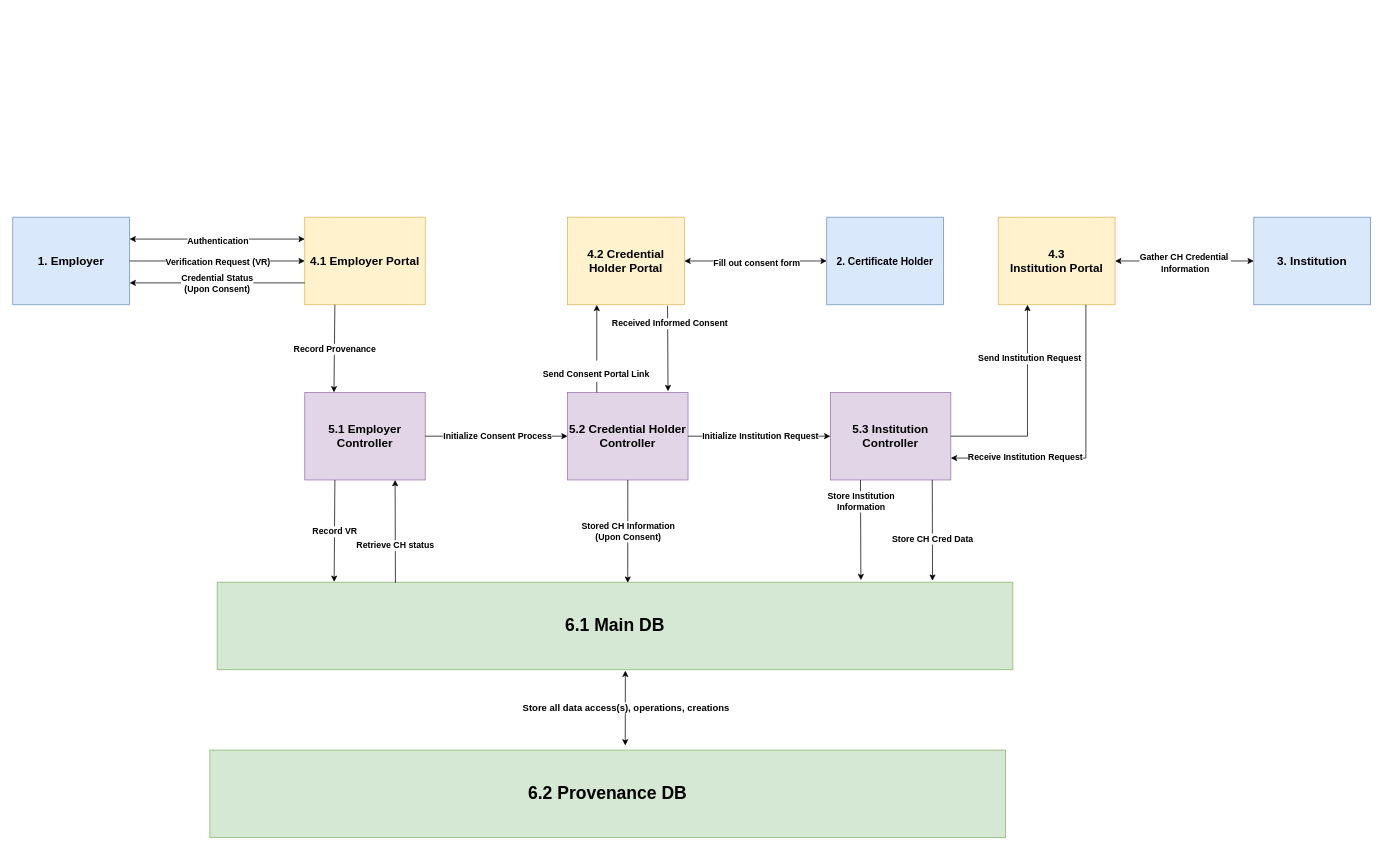
Above: NewPearDFD.drawio in tkalp/AuthenticatorApp (draw.io), before the change. Source tidied: cells renumbered, new cells numbered last; positions are measured from the earlier drawing's top-left corner, leaving out a move shared by most shapes. Both pictures are drawn from the tidied source at 73%, with x=0, y=0 at pixel (12, 217).
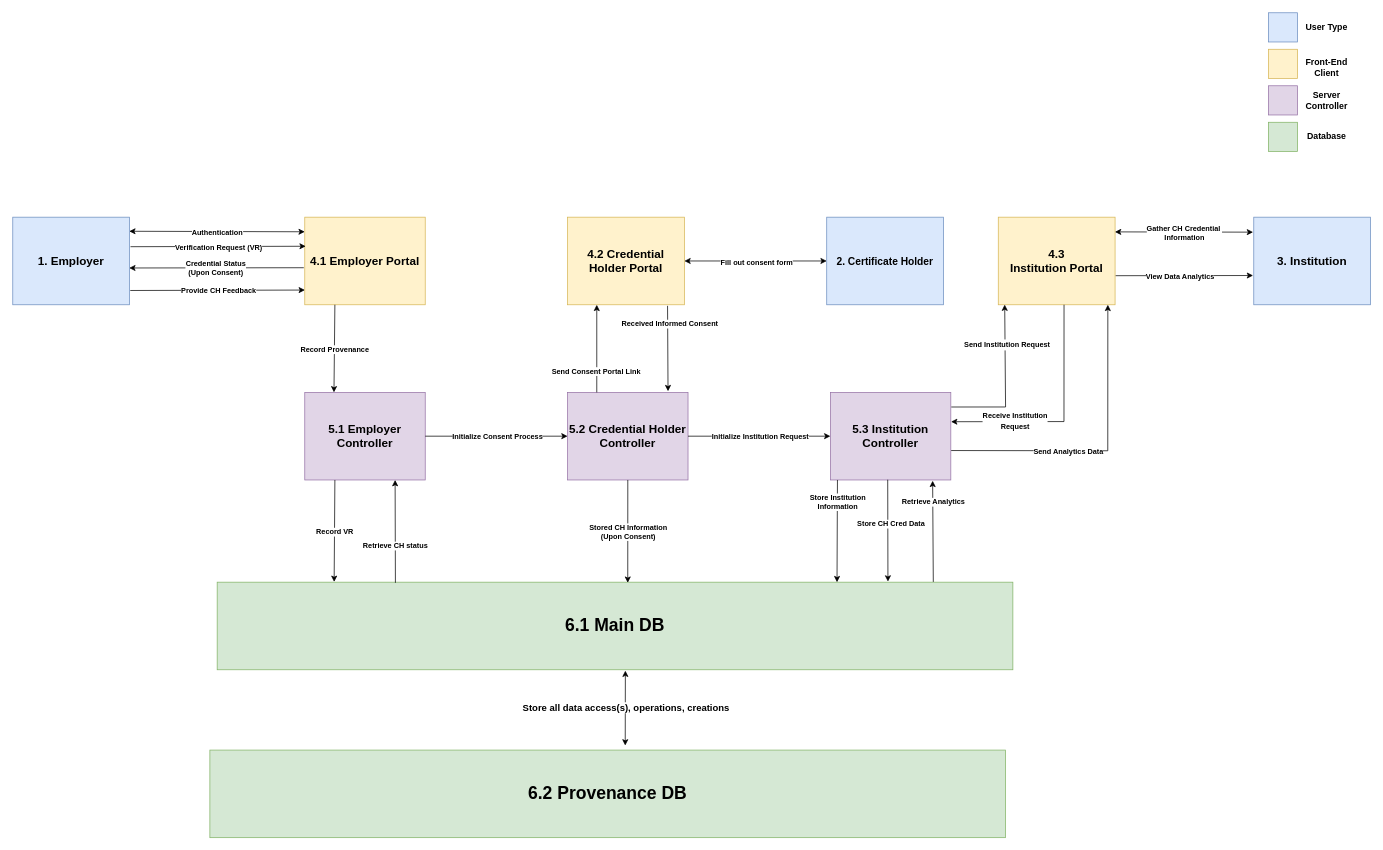
The same diagram, later.

Unchanged cells that the change refers to:
```xml
<mxCell id="2" value="&lt;b&gt;&lt;br&gt;1. Employer&lt;br&gt;&lt;br&gt;&lt;/b&gt;" style="rounded=0;whiteSpace=wrap;html=1;fontSize=16;fillColor=#dae8fc;strokeColor=#6c8ebf;" parent="1" vertex="1">
  <mxGeometry width="160" height="120" as="geometry" />
</mxCell>
<mxCell id="3" value="&lt;b&gt;4.1 Employer Portal&lt;br&gt;&lt;/b&gt;" style="rounded=0;whiteSpace=wrap;html=1;fontSize=16;fillColor=#fff2cc;strokeColor=#d6b656;" parent="1" vertex="1">
  <mxGeometry x="400" width="165" height="120" as="geometry" />
</mxCell>
<mxCell id="5" value="&lt;b&gt;3. Institution&lt;br&gt;&lt;/b&gt;" style="rounded=0;whiteSpace=wrap;html=1;fontSize=16;fillColor=#dae8fc;strokeColor=#6c8ebf;" parent="1" vertex="1">
  <mxGeometry x="1700" width="160" height="120" as="geometry" />
</mxCell>
<mxCell id="12" style="endArrow=classic;html=1;rounded=0;fontSize=12;exitX=0.25;exitY=1;exitDx=0;exitDy=0;" parent="1" edge="1" source="3">
  <mxGeometry relative="1" as="geometry">
    <mxPoint x="440" y="240" as="targetPoint" />
  </mxGeometry>
</mxCell>
<mxCell id="15" value="&lt;b&gt;&lt;font style=&quot;font-size: 24px&quot;&gt;6.1 Main DB&lt;/font&gt;&lt;br&gt;&lt;/b&gt;" style="rounded=0;whiteSpace=wrap;html=1;fontSize=16;fillColor=#d5e8d4;strokeColor=#82b366;" parent="1" vertex="1">
  <mxGeometry x="280" y="500" width="1090" height="120" as="geometry" />
</mxCell>
<mxCell id="16" style="endArrow=classic;html=1;rounded=0;fontSize=12;exitX=0.25;exitY=1;exitDx=0;exitDy=0;entryX=0.147;entryY=-0.003;entryDx=0;entryDy=0;entryPerimeter=0;" parent="1" edge="1" source="14" target="15">
  <mxGeometry relative="1" as="geometry" />
</mxCell>
<mxCell id="19" style="endArrow=classic;html=1;rounded=0;fontSize=12;exitX=1;exitY=0.5;exitDx=0;exitDy=0;entryX=0;entryY=0.5;entryDx=0;entryDy=0;" parent="1" edge="1" source="14" target="18">
  <mxGeometry relative="1" as="geometry" />
</mxCell>
<mxCell id="21" style="endArrow=classic;html=1;rounded=0;fontSize=24;entryX=0.25;entryY=1;entryDx=0;entryDy=0;" parent="1" edge="1" target="23">
  <mxGeometry relative="1" as="geometry">
    <mxPoint x="800" y="240" as="sourcePoint" />
  </mxGeometry>
</mxCell>
<mxCell id="24" style="endArrow=classic;startArrow=classic;html=1;rounded=0;fontSize=13;entryX=0;entryY=0.5;entryDx=0;entryDy=0;exitX=1;exitY=0.5;exitDx=0;exitDy=0;" parent="1" edge="1" source="23" target="4">
  <mxGeometry relative="1" as="geometry" />
</mxCell>
<mxCell id="26" style="endArrow=classic;html=1;rounded=0;fontSize=12;exitX=0.856;exitY=1.012;exitDx=0;exitDy=0;exitPerimeter=0;entryX=0.834;entryY=-0.013;entryDx=0;entryDy=0;entryPerimeter=0;" parent="1" edge="1" source="23" target="18">
  <mxGeometry relative="1" as="geometry" />
</mxCell>
<mxCell id="28" style="endArrow=classic;html=1;rounded=0;fontSize=12;exitX=0.5;exitY=1;exitDx=0;exitDy=0;entryX=0.516;entryY=0.007;entryDx=0;entryDy=0;entryPerimeter=0;" parent="1" edge="1" source="18" target="15">
  <mxGeometry relative="1" as="geometry" />
</mxCell>
<mxCell id="30" value="&lt;b&gt;5.3 Institution &lt;br&gt;Controller&lt;br&gt;&lt;/b&gt;" style="rounded=0;whiteSpace=wrap;html=1;fontSize=16;fillColor=#e1d5e7;strokeColor=#9673a6;" parent="1" vertex="1">
  <mxGeometry x="1120" y="240" width="165" height="120" as="geometry" />
</mxCell>
<mxCell id="31" style="endArrow=classic;html=1;rounded=0;fontSize=12;exitX=1;exitY=0.5;exitDx=0;exitDy=0;entryX=0;entryY=0.5;entryDx=0;entryDy=0;" parent="1" edge="1" source="18" target="30">
  <mxGeometry relative="1" as="geometry" />
</mxCell>
<mxCell id="35" value="&lt;b&gt;4.3 &lt;br&gt;Institution Portal&lt;br&gt;&lt;/b&gt;" style="rounded=0;whiteSpace=wrap;html=1;fontSize=16;fillColor=#fff2cc;strokeColor=#d6b656;" parent="1" vertex="1">
  <mxGeometry x="1350" width="160" height="120" as="geometry" />
</mxCell>
<mxCell id="44" style="endArrow=classic;html=1;rounded=0;fontSize=12;exitX=0.224;exitY=0.007;exitDx=0;exitDy=0;entryX=0.75;entryY=1;entryDx=0;entryDy=0;exitPerimeter=0;" parent="1" edge="1" source="15" target="14">
  <mxGeometry relative="1" as="geometry" />
</mxCell>
```

The edit, as a diff of the source:
```diff
@@
-    <mxCell id="6" style="endArrow=classic;startArrow=classic;html=1;rounded=0;fontSize=13;entryX=0;entryY=0.25;entryDx=0;entryDy=0;exitX=1;exitY=0.25;exitDx=0;exitDy=0;" parent="1" edge="1" source="2" target="3">
-      <mxGeometry relative="1" as="geometry" />
+    <mxCell id="6" style="endArrow=classic;startArrow=classic;html=1;rounded=0;fontSize=13;exitX=0.997;exitY=0.161;exitDx=0;exitDy=0;exitPerimeter=0;" parent="1" edge="1" source="2">
+      <mxGeometry relative="1" as="geometry">
+        <mxPoint x="400" y="20" as="targetPoint" />
+      </mxGeometry>
     </mxCell>
-    <mxCell id="7" value="&lt;b&gt;&lt;font style=&quot;font-size: 12px&quot;&gt;Authentication&lt;/font&gt;&lt;/b&gt;" style="edgeLabel;html=1;align=center;verticalAlign=middle;fontSize=13;" parent="6" vertex="1">
+    <mxCell id="7" value="&lt;b style=&quot;font-size: 10px;&quot;&gt;&lt;font style=&quot;font-size: 10px;&quot;&gt;Authentication&lt;/font&gt;&lt;/b&gt;" style="edgeLabel;html=1;align=center;verticalAlign=middle;fontSize=10;" parent="6" vertex="1">
       <mxGeometry y="-1" relative="1" as="geometry" />
     </mxCell>
-    <mxCell id="8" style="endArrow=classic;html=1;rounded=0;fontSize=13;exitX=1;exitY=0.5;exitDx=0;exitDy=0;entryX=0;entryY=0.5;entryDx=0;entryDy=0;" parent="1" edge="1" source="2" target="3">
+    <mxCell id="8" style="endArrow=classic;html=1;rounded=0;fontSize=13;exitX=1.008;exitY=0.337;exitDx=0;exitDy=0;entryX=0.008;entryY=0.332;entryDx=0;entryDy=0;exitPerimeter=0;entryPerimeter=0;" parent="1" edge="1" source="2" target="3">
       <mxGeometry relative="1" as="geometry" />
     </mxCell>
-    <mxCell id="9" value="&lt;font style=&quot;font-size: 12px&quot;&gt;&lt;b&gt;Verification Request (VR)&lt;/b&gt;&lt;/font&gt;" style="edgeLabel;html=1;align=center;verticalAlign=middle;fontSize=13;" parent="8" vertex="1">
+    <mxCell id="9" value="&lt;font style=&quot;font-size: 10px;&quot;&gt;&lt;b style=&quot;font-size: 10px;&quot;&gt;Verification Request (VR)&lt;/b&gt;&lt;/font&gt;" style="edgeLabel;html=1;align=center;verticalAlign=middle;fontSize=10;" parent="8" vertex="1">
       <mxGeometry relative="1" as="geometry" />
     </mxCell>
-    <mxCell id="10" style="endArrow=classic;html=1;rounded=0;fontSize=12;exitX=0;exitY=0.75;exitDx=0;exitDy=0;entryX=1;entryY=0.75;entryDx=0;entryDy=0;" parent="1" edge="1" source="3" target="2">
+    <mxCell id="10" style="endArrow=classic;html=1;rounded=0;fontSize=12;exitX=-0.008;exitY=0.577;exitDx=0;exitDy=0;entryX=0.997;entryY=0.58;entryDx=0;entryDy=0;entryPerimeter=0;exitPerimeter=0;" parent="1" edge="1" source="3" target="2">
       <mxGeometry relative="1" as="geometry" />
     </mxCell>
-    <mxCell id="11" value="&lt;b&gt;Credential Status&lt;br&gt;(Upon Consent)&lt;br&gt;&lt;/b&gt;" style="edgeLabel;html=1;align=center;verticalAlign=middle;fontSize=12;" parent="10" vertex="1">
+    <mxCell id="11" value="&lt;b style=&quot;font-size: 10px;&quot;&gt;Credential Status&lt;br style=&quot;font-size: 10px;&quot;&gt;(Upon Consent)&lt;br style=&quot;font-size: 10px;&quot;&gt;&lt;/b&gt;" style="edgeLabel;html=1;align=center;verticalAlign=middle;fontSize=10;" parent="10" vertex="1">
       <mxGeometry x="0.01" relative="1" as="geometry" />
     </mxCell>
@@
-    <mxCell id="13" value="&lt;b&gt;Record Provenance&lt;/b&gt;" style="edgeLabel;html=1;align=center;verticalAlign=middle;fontSize=12;" parent="12" vertex="1">
+    <mxCell id="13" value="&lt;b style=&quot;font-size: 10px;&quot;&gt;Record Provenance&lt;/b&gt;" style="edgeLabel;html=1;align=center;verticalAlign=middle;fontSize=10;" parent="12" vertex="1">
       <mxGeometry x="0.01" relative="1" as="geometry" />
     </mxCell>
@@
-    <mxCell id="17" value="&lt;b&gt;Record VR&lt;/b&gt;" style="edgeLabel;html=1;align=center;verticalAlign=middle;fontSize=12;" parent="16" vertex="1">
+    <mxCell id="17" value="&lt;b style=&quot;font-size: 10px;&quot;&gt;Record VR&lt;/b&gt;" style="edgeLabel;html=1;align=center;verticalAlign=middle;fontSize=10;" parent="16" vertex="1">
       <mxGeometry x="0.01" relative="1" as="geometry" />
     </mxCell>
@@
-    <mxCell id="20" value="&lt;b&gt;Initialize Consent Process&lt;/b&gt;" style="edgeLabel;html=1;align=center;verticalAlign=middle;fontSize=12;" parent="19" vertex="1">
+    <mxCell id="20" value="&lt;b style=&quot;font-size: 10px;&quot;&gt;Initialize Consent Process&lt;/b&gt;" style="edgeLabel;html=1;align=center;verticalAlign=middle;fontSize=10;" parent="19" vertex="1">
       <mxGeometry x="0.01" relative="1" as="geometry" />
     </mxCell>
@@
-    <mxCell id="22" value="&lt;font style=&quot;font-size: 12px&quot;&gt;&lt;b&gt;Send Consent Portal Link&lt;/b&gt;&lt;/font&gt;" style="edgeLabel;html=1;align=center;verticalAlign=middle;fontSize=24;" parent="21" vertex="1">
+    <mxCell id="22" value="&lt;font style=&quot;font-size: 10px;&quot;&gt;&lt;b style=&quot;font-size: 10px;&quot;&gt;Send Consent Portal Link&lt;/b&gt;&lt;/font&gt;" style="edgeLabel;html=1;align=center;verticalAlign=middle;fontSize=10;" parent="21" vertex="1">
       <mxGeometry x="0.02" y="2" relative="1" as="geometry">
         <mxPoint y="31" as="offset" />
       </mxGeometry>
     </mxCell>
@@
-    <mxCell id="25" value="&lt;b&gt;&lt;font style=&quot;font-size: 12px&quot;&gt;Fill out consent form&lt;/font&gt;&lt;/b&gt;" style="edgeLabel;html=1;align=center;verticalAlign=middle;fontSize=13;" parent="24" vertex="1">
+    <mxCell id="25" value="&lt;b style=&quot;font-size: 10px;&quot;&gt;&lt;font style=&quot;font-size: 10px;&quot;&gt;Fill out consent form&lt;/font&gt;&lt;/b&gt;" style="edgeLabel;html=1;align=center;verticalAlign=middle;fontSize=10;" parent="24" vertex="1">
       <mxGeometry y="-1" relative="1" as="geometry" />
     </mxCell>
@@
-    <mxCell id="27" value="&lt;b&gt;Received Informed Consent&lt;/b&gt;" style="edgeLabel;html=1;align=center;verticalAlign=middle;fontSize=12;" parent="26" vertex="1">
+    <mxCell id="27" value="&lt;b style=&quot;font-size: 10px;&quot;&gt;Received Informed Consent&lt;/b&gt;" style="edgeLabel;html=1;align=center;verticalAlign=middle;fontSize=10;" parent="26" vertex="1">
       <mxGeometry x="-0.59" y="2" relative="1" as="geometry" />
     </mxCell>
@@
-    <mxCell id="29" value="&lt;b&gt;Stored CH Information&lt;br&gt;(Upon Consent)&lt;br&gt;&lt;/b&gt;" style="edgeLabel;html=1;align=center;verticalAlign=middle;fontSize=12;" parent="28" vertex="1">
+    <mxCell id="29" value="&lt;b style=&quot;font-size: 10px;&quot;&gt;Stored CH Information&lt;br style=&quot;font-size: 10px;&quot;&gt;(Upon Consent)&lt;br style=&quot;font-size: 10px;&quot;&gt;&lt;/b&gt;" style="edgeLabel;html=1;align=center;verticalAlign=middle;fontSize=10;" parent="28" vertex="1">
       <mxGeometry x="0.01" relative="1" as="geometry" />
     </mxCell>
@@
-    <mxCell id="32" value="&lt;b&gt;Initialize Institution Request&lt;/b&gt;" style="edgeLabel;html=1;align=center;verticalAlign=middle;fontSize=12;" parent="31" vertex="1">
+    <mxCell id="32" value="&lt;b style=&quot;font-size: 10px;&quot;&gt;Initialize Institution Request&lt;/b&gt;" style="edgeLabel;html=1;align=center;verticalAlign=middle;fontSize=10;" parent="31" vertex="1">
       <mxGeometry x="0.01" relative="1" as="geometry" />
     </mxCell>
-    <mxCell id="33" style="endArrow=classic;html=1;rounded=0;fontSize=12;exitX=0.25;exitY=1;exitDx=0;exitDy=0;entryX=0.809;entryY=-0.023;entryDx=0;entryDy=0;entryPerimeter=0;" parent="1" edge="1" source="30" target="15">
-      <mxGeometry relative="1" as="geometry" />
+    <mxCell id="33" style="endArrow=classic;html=1;rounded=0;fontSize=12;exitX=0.059;exitY=1.004;exitDx=0;exitDy=0;entryX=0.779;entryY=0.005;entryDx=0;entryDy=0;entryPerimeter=0;exitPerimeter=0;" parent="1" edge="1">
+      <mxGeometry relative="1" as="geometry">
+        <mxPoint x="1129.7" y="360" as="sourcePoint" />
+        <mxPoint x="1129.1" y="500.1" as="targetPoint" />
+      </mxGeometry>
     </mxCell>
-    <mxCell id="34" value="&lt;b&gt;Store Institution &lt;br&gt;Information&lt;br&gt;&lt;/b&gt;" style="edgeLabel;html=1;align=center;verticalAlign=middle;fontSize=12;" parent="33" vertex="1">
+    <mxCell id="34" value="&lt;b style=&quot;font-size: 10px;&quot;&gt;Store Institution &lt;br style=&quot;font-size: 10px;&quot;&gt;Information&lt;br style=&quot;font-size: 10px;&quot;&gt;&lt;/b&gt;" style="edgeLabel;html=1;align=center;verticalAlign=middle;fontSize=10;" parent="33" vertex="1">
       <mxGeometry x="0.01" relative="1" as="geometry">
-        <mxPoint y="-39" as="offset" />
+        <mxPoint y="-41" as="offset" />
       </mxGeometry>
     </mxCell>
@@
-    <mxCell id="36" style="endArrow=classic;html=1;rounded=0;fontSize=12;exitX=1;exitY=0.5;exitDx=0;exitDy=0;entryX=0.25;entryY=1;entryDx=0;entryDy=0;" parent="1" edge="1" source="30" target="35">
+    <mxCell id="36" style="endArrow=classic;html=1;rounded=0;fontSize=12;exitX=1.004;exitY=0.167;exitDx=0;exitDy=0;entryX=0.055;entryY=0.998;entryDx=0;entryDy=0;exitPerimeter=0;entryPerimeter=0;" parent="1" edge="1" source="30" target="35">
       <mxGeometry relative="1" as="geometry">
         <Array as="points">
-          <mxPoint x="1390" y="300" />
+          <mxPoint x="1360" y="260" />
         </Array>
       </mxGeometry>
     </mxCell>
-    <mxCell id="37" value="&lt;b&gt;Send Institution Request&lt;/b&gt;" style="edgeLabel;html=1;align=center;verticalAlign=middle;fontSize=12;" parent="36" vertex="1">
+    <mxCell id="37" value="&lt;b&gt;&lt;font style=&quot;font-size: 10px&quot;&gt;Send Institution Request&lt;/font&gt;&lt;/b&gt;" style="edgeLabel;html=1;align=center;verticalAlign=middle;fontSize=12;" parent="36" vertex="1">
       <mxGeometry x="0.49" y="-2" relative="1" as="geometry" />
     </mxCell>
-    <mxCell id="38" style="endArrow=classic;startArrow=classic;html=1;rounded=0;fontSize=13;entryX=0;entryY=0.5;entryDx=0;entryDy=0;exitX=1;exitY=0.5;exitDx=0;exitDy=0;" parent="1" edge="1" source="35" target="5">
+    <mxCell id="38" style="endArrow=classic;startArrow=classic;html=1;rounded=0;fontSize=13;entryX=-0.006;entryY=0.171;entryDx=0;entryDy=0;exitX=0.999;exitY=0.168;exitDx=0;exitDy=0;exitPerimeter=0;entryPerimeter=0;" parent="1" edge="1" source="35" target="5">
       <mxGeometry relative="1" as="geometry" />
     </mxCell>
-    <mxCell id="39" value="&lt;b&gt;&lt;font style=&quot;font-size: 12px&quot;&gt;Gather CH Credential&amp;nbsp;&lt;br&gt;Information&lt;br&gt;&lt;/font&gt;&lt;/b&gt;" style="edgeLabel;html=1;align=center;verticalAlign=middle;fontSize=13;" parent="38" vertex="1">
+    <mxCell id="39" value="&lt;b style=&quot;font-size: 10px;&quot;&gt;&lt;font style=&quot;font-size: 10px;&quot;&gt;Gather CH Credential&amp;nbsp;&lt;br style=&quot;font-size: 10px;&quot;&gt;Information&lt;br style=&quot;font-size: 10px;&quot;&gt;&lt;/font&gt;&lt;/b&gt;" style="edgeLabel;html=1;align=center;verticalAlign=middle;fontSize=10;" parent="38" vertex="1">
       <mxGeometry y="-1" relative="1" as="geometry" />
     </mxCell>
-    <mxCell id="40" style="endArrow=classic;html=1;rounded=0;fontSize=12;exitX=0.75;exitY=1;exitDx=0;exitDy=0;entryX=1;entryY=0.75;entryDx=0;entryDy=0;" parent="1" edge="1" source="35" target="30">
+    <mxCell id="40" style="endArrow=classic;html=1;rounded=0;fontSize=12;exitX=0.563;exitY=1;exitDx=0;exitDy=0;entryX=1.002;entryY=0.335;entryDx=0;entryDy=0;entryPerimeter=0;exitPerimeter=0;" parent="1" edge="1" source="35" target="30">
       <mxGeometry relative="1" as="geometry">
         <Array as="points">
-          <mxPoint x="1470" y="330" />
+          <mxPoint x="1440" y="280" />
         </Array>
       </mxGeometry>
     </mxCell>
-    <mxCell id="41" value="&lt;b&gt;Receive Institution Request&lt;/b&gt;" style="edgeLabel;html=1;align=center;verticalAlign=middle;fontSize=12;" parent="40" vertex="1">
-      <mxGeometry x="0.49" y="-2" relative="1" as="geometry" />
+    <mxCell id="41" value="&lt;b style=&quot;font-size: 10px&quot;&gt;Receive Institution &lt;br&gt;Request&lt;/b&gt;" style="edgeLabel;html=1;align=center;verticalAlign=middle;fontSize=12;" parent="40" vertex="1">
+      <mxGeometry x="0.49" y="-2" relative="1" as="geometry">
+        <mxPoint x="7" as="offset" />
+      </mxGeometry>
     </mxCell>
-    <mxCell id="42" style="endArrow=classic;html=1;rounded=0;fontSize=12;exitX=0.846;exitY=0.999;exitDx=0;exitDy=0;exitPerimeter=0;entryX=0.899;entryY=-0.016;entryDx=0;entryDy=0;entryPerimeter=0;" parent="1" edge="1" source="30" target="15">
+    <mxCell id="42" style="endArrow=classic;html=1;rounded=0;fontSize=12;exitX=0.476;exitY=0.997;exitDx=0;exitDy=0;exitPerimeter=0;entryX=0.843;entryY=-0.007;entryDx=0;entryDy=0;entryPerimeter=0;" parent="1" edge="1" source="30" target="15">
       <mxGeometry relative="1" as="geometry" />
     </mxCell>
-    <mxCell id="43" value="&lt;b&gt;Store CH Cred Data&lt;br&gt;&lt;/b&gt;" style="edgeLabel;html=1;align=center;verticalAlign=middle;fontSize=12;" parent="42" vertex="1">
+    <mxCell id="43" value="&lt;b style=&quot;font-size: 10px;&quot;&gt;&lt;font style=&quot;font-size: 10px;&quot;&gt;Store CH Cred Data&lt;/font&gt;&lt;br style=&quot;font-size: 10px;&quot;&gt;&lt;/b&gt;" style="edgeLabel;html=1;align=center;verticalAlign=middle;fontSize=10;" parent="42" vertex="1">
       <mxGeometry x="0.01" relative="1" as="geometry">
-        <mxPoint y="11" as="offset" />
+        <mxPoint x="4" y="-10" as="offset" />
       </mxGeometry>
     </mxCell>
@@
-    <mxCell id="45" value="&lt;b&gt;Retrieve CH status&lt;/b&gt;" style="edgeLabel;html=1;align=center;verticalAlign=middle;fontSize=12;" parent="44" vertex="1">
+    <mxCell id="45" value="&lt;b style=&quot;font-size: 10px;&quot;&gt;Retrieve CH status&lt;/b&gt;" style="edgeLabel;html=1;align=center;verticalAlign=middle;fontSize=10;" parent="44" vertex="1">
       <mxGeometry x="0.01" relative="1" as="geometry">
         <mxPoint y="20" as="offset" />
       </mxGeometry>
     </mxCell>
@@
+    <mxCell id="49" style="whiteSpace=wrap;html=1;fillColor=#dae8fc;strokeColor=#6c8ebf;" parent="1" vertex="1">
+      <mxGeometry x="1720" y="-280" width="40" height="40" as="geometry" />
+    </mxCell>
+    <mxCell id="50" value="User Type" style="text;html=1;strokeColor=none;fillColor=none;align=center;verticalAlign=middle;whiteSpace=wrap;rounded=0;fontStyle=1;" parent="1" vertex="1">
+      <mxGeometry x="1770" y="-275" width="60" height="30" as="geometry" />
+    </mxCell>
+    <mxCell id="51" style="whiteSpace=wrap;html=1;fillColor=#fff2cc;strokeColor=#d6b656;" parent="1" vertex="1">
+      <mxGeometry x="1720" y="-230" width="40" height="40" as="geometry" />
+    </mxCell>
+    <mxCell id="52" value="Front-End Client" style="text;html=1;strokeColor=none;fillColor=none;align=center;verticalAlign=middle;whiteSpace=wrap;rounded=0;fontStyle=1;" parent="1" vertex="1">
+      <mxGeometry x="1770" y="-220" width="60" height="30" as="geometry" />
+    </mxCell>
+    <mxCell id="53" style="whiteSpace=wrap;html=1;fillColor=#e1d5e7;strokeColor=#9673a6;" parent="1" vertex="1">
+      <mxGeometry x="1720" y="-180" width="40" height="40" as="geometry" />
+    </mxCell>
+    <mxCell id="54" value="Server Controller" style="text;html=1;strokeColor=none;fillColor=none;align=center;verticalAlign=middle;whiteSpace=wrap;rounded=0;fontStyle=1;" parent="1" vertex="1">
+      <mxGeometry x="1770" y="-175" width="60" height="30" as="geometry" />
+    </mxCell>
+    <mxCell id="55" style="whiteSpace=wrap;html=1;fillColor=#d5e8d4;strokeColor=#82b366;" parent="1" vertex="1">
+      <mxGeometry x="1720" y="-130" width="40" height="40" as="geometry" />
+    </mxCell>
+    <mxCell id="56" value="Database" style="text;html=1;strokeColor=none;fillColor=none;align=center;verticalAlign=middle;whiteSpace=wrap;rounded=0;fontStyle=1;" parent="1" vertex="1">
+      <mxGeometry x="1770" y="-125" width="60" height="30" as="geometry" />
+    </mxCell>
+    <mxCell id="57" style="endArrow=classic;html=1;rounded=0;fontSize=12;entryX=0.001;entryY=0.832;entryDx=0;entryDy=0;entryPerimeter=0;exitX=1.006;exitY=0.837;exitDx=0;exitDy=0;exitPerimeter=0;" parent="1" edge="1" source="2" target="3">
+      <mxGeometry relative="1" as="geometry" />
+    </mxCell>
+    <mxCell id="58" value="&lt;b style=&quot;font-size: 10px;&quot;&gt;Provide CH Feedback&lt;br style=&quot;font-size: 10px;&quot;&gt;&lt;/b&gt;" style="edgeLabel;html=1;align=center;verticalAlign=middle;fontSize=10;" parent="57" vertex="1">
+      <mxGeometry x="0.01" relative="1" as="geometry" />
+    </mxCell>
+    <mxCell id="59" style="endArrow=classic;html=1;rounded=0;fontSize=11;exitX=0.9;exitY=-0.003;exitDx=0;exitDy=0;exitPerimeter=0;entryX=0.849;entryY=1.009;entryDx=0;entryDy=0;entryPerimeter=0;" parent="1" edge="1" source="15" target="30">
+      <mxGeometry relative="1" as="geometry" />
+    </mxCell>
+    <mxCell id="60" value="&lt;b style=&quot;font-size: 10px;&quot;&gt;Retrieve Analytics&lt;/b&gt;" style="edgeLabel;html=1;align=center;verticalAlign=middle;fontSize=10;" parent="59" vertex="1">
+      <mxGeometry x="0.59" relative="1" as="geometry" />
+    </mxCell>
+    <mxCell id="61" style="endArrow=classic;html=1;rounded=0;fontSize=11;exitX=1.003;exitY=0.664;exitDx=0;exitDy=0;exitPerimeter=0;entryX=0.938;entryY=1;entryDx=0;entryDy=0;entryPerimeter=0;" parent="1" edge="1" source="30" target="35">
+      <mxGeometry relative="1" as="geometry">
+        <Array as="points">
+          <mxPoint x="1500" y="320" />
+        </Array>
+      </mxGeometry>
+    </mxCell>
+    <mxCell id="62" value="&lt;b&gt;Send Analytics Data&lt;/b&gt;" style="edgeLabel;html=1;align=center;verticalAlign=middle;fontSize=10;" parent="61" vertex="1">
+      <mxGeometry x="-0.23" y="-1" relative="1" as="geometry" />
+    </mxCell>
+    <mxCell id="63" style="endArrow=classic;html=1;rounded=0;fontSize=10;exitX=1.005;exitY=0.668;exitDx=0;exitDy=0;exitPerimeter=0;entryX=-0.006;entryY=0.666;entryDx=0;entryDy=0;entryPerimeter=0;" parent="1" edge="1" source="35" target="5">
+      <mxGeometry relative="1" as="geometry" />
+    </mxCell>
+    <mxCell id="64" value="&lt;b&gt;View Data Analytics&lt;/b&gt;" style="edgeLabel;html=1;align=center;verticalAlign=middle;fontSize=10;" parent="63" vertex="1">
+      <mxGeometry x="-0.06" relative="1" as="geometry" />
+    </mxCell>
```
